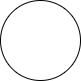
suirane/assets keeps this draw.io diagram as diagrams/音视频架构.drawio.png. Above is the earlier version. Source tidied: cells renumbered, new cells last; positions are measured from the earlier drawing's top-left corner, leaving out a move shared by most shapes. The source it was exported from:
```xml
<mxGraphModel>
  <root>
    <mxCell id="0" />
    <mxCell id="1" parent="0" />
    <mxCell id="2" style="ellipse;whiteSpace=wrap;html=1;comic=0;" parent="1" vertex="1">
      <mxGeometry width="80" height="80" as="geometry" />
    </mxCell>
  </root>
</mxGraphModel>
```
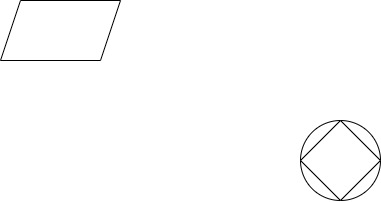
The same diagram one commit later.

Commit message:
更新音视频架构.drawio.png

Change to the diagram source:
```diff
@@ -5,5 +5,11 @@
     <mxCell id="2" style="ellipse;whiteSpace=wrap;html=1;comic=0;" parent="1" vertex="1">
       <mxGeometry width="80" height="80" as="geometry" />
     </mxCell>
+    <mxCell id="3" style="rhombus;whiteSpace=wrap;html=1;comic=0;" parent="1" vertex="1">
+      <mxGeometry width="80" height="80" as="geometry" />
+    </mxCell>
+    <mxCell id="4" style="shape=parallelogram;perimeter=parallelogramPerimeter;whiteSpace=wrap;html=1;fixedSize=1;comic=0;" parent="1" vertex="1">
+      <mxGeometry x="-300" y="-120" width="120" height="60" as="geometry" />
+    </mxCell>
   </root>
 </mxGraphModel>
```
